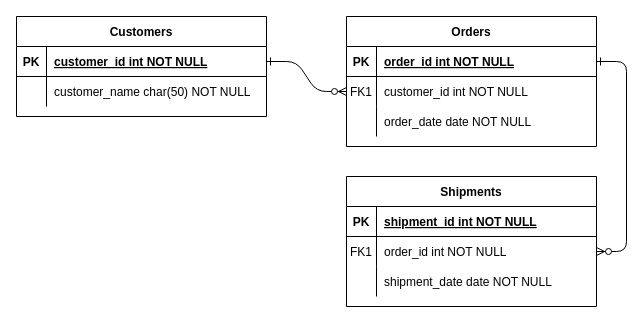
Before: zhulong/lesson_schedule_test.drawio in benjaminMrZ/draw-diagrams, a draw.io diagram. Source tidied: cells renumbered, new cells numbered last; positions are measured from the earlier drawing's top-left corner, leaving out a move shared by most shapes. Both pictures are drawn from the tidied source at 100%, with x=0, y=0 at pixel (16, 16).
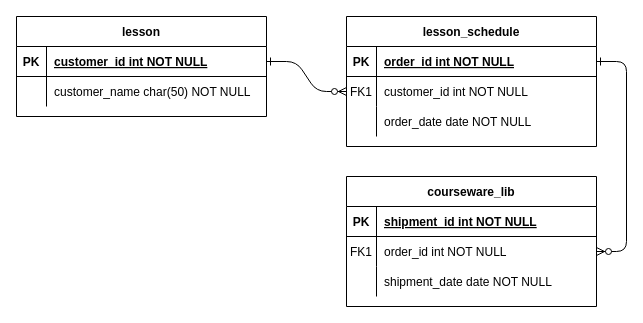
After the change.

What changed in the source:
```diff
@@
-    <mxCell id="4" value="Orders" style="shape=table;startSize=30;childLayout=tableLayout;rowLines=0;fontStyle=1;align=center;" parent="1" vertex="1">
+    <mxCell id="4" value="lesson_schedule" style="shape=table;startSize=30;childLayout=tableLayout;rowLines=0;fontStyle=1;align=center;" parent="1" vertex="1">
       <mxGeometry x="330" width="250" height="130" as="geometry" />
     </mxCell>
@@
-    <mxCell id="14" value="Shipments" style="shape=table;startSize=30;childLayout=tableLayout;rowLines=0;fontStyle=1;align=center;" parent="1" vertex="1">
+    <mxCell id="14" value="courseware_lib" style="shape=table;startSize=30;childLayout=tableLayout;rowLines=0;fontStyle=1;align=center;" parent="1" vertex="1">
       <mxGeometry x="330" y="160" width="250" height="130" as="geometry" />
     </mxCell>
@@
-    <mxCell id="24" value="Customers" style="shape=table;startSize=30;childLayout=tableLayout;rowLines=0;fontStyle=1;align=center;" parent="1" vertex="1">
+    <mxCell id="24" value="lesson" style="shape=table;startSize=30;childLayout=tableLayout;rowLines=0;fontStyle=1;align=center;" parent="1" vertex="1">
       <mxGeometry width="250" height="100" as="geometry" />
     </mxCell>
```
